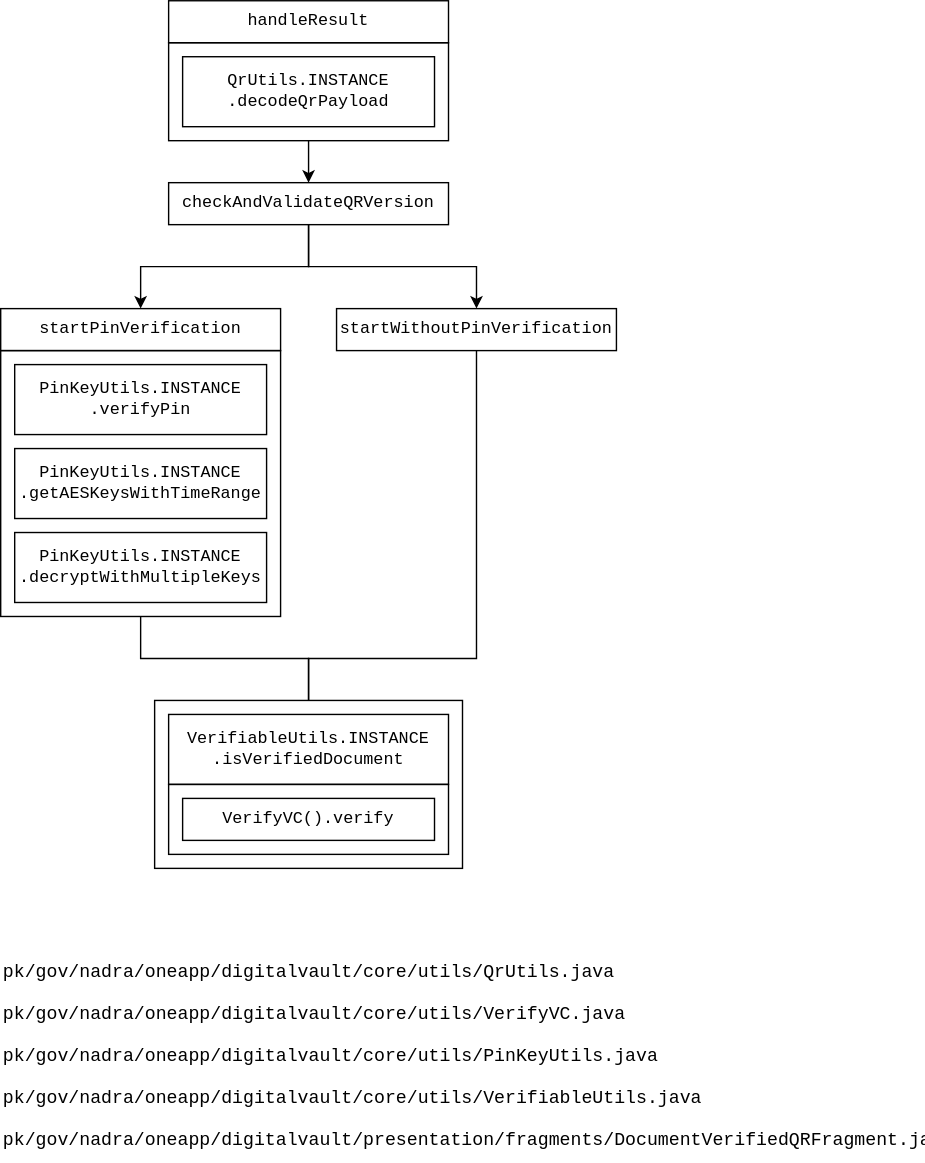
Above: flow.svg in rmhaiderali/nadra-digital-id (draw.io), before the change. Source tidied: cells renumbered, new cells last; positions are measured from the earlier drawing's top-left corner, leaving out a move shared by most shapes.
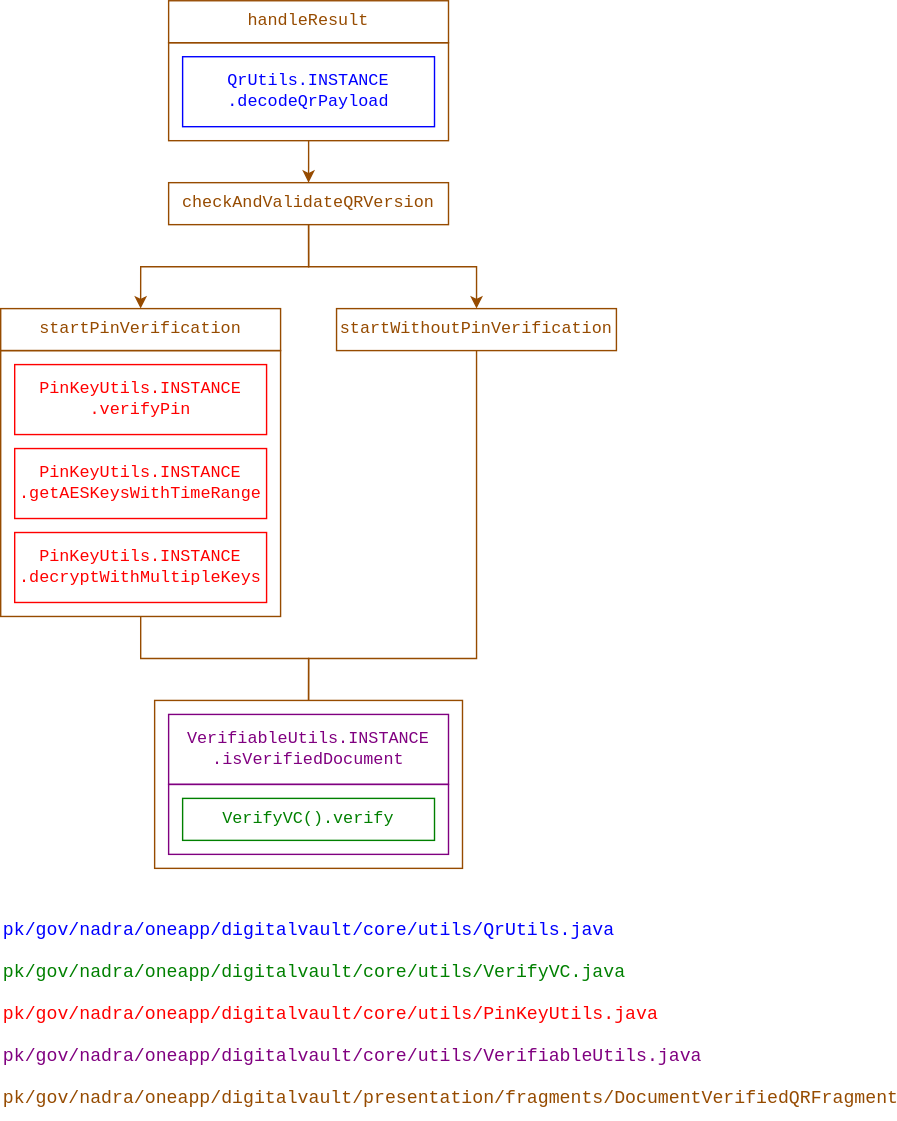
The same diagram one commit later.

Commit message:
Change verifyRS256/verify success response

The edit, as a diff of the source:
```diff
@@ -2,7 +2,7 @@
   <root>
     <mxCell id="0" />
     <mxCell id="1" parent="0" />
-    <mxCell id="2" style="edgeStyle=orthogonalEdgeStyle;rounded=0;jettySize=auto;html=1;entryX=0.5;entryY=0;entryDx=0;entryDy=0;strokeColor=light-dark(#000000,#FFFF00);endArrow=none;endFill=0;fontFamily=monospace;" parent="1" edge="1" source="3" target="17">
+    <mxCell id="2" style="edgeStyle=orthogonalEdgeStyle;rounded=0;jettySize=auto;html=1;entryX=0.5;entryY=0;entryDx=0;entryDy=0;strokeColor=light-dark(#964B00,#FFE000);endArrow=none;endFill=0;fontFamily=monospace;fontColor=light-dark(#964B00,#FFE000);" parent="1" edge="1" source="3" target="17">
       <mxGeometry relative="1" as="geometry">
         <Array as="points">
           <mxPoint x="100" y="470" />
@@ -10,25 +10,25 @@
         </Array>
       </mxGeometry>
     </mxCell>
-    <mxCell id="3" style="rounded=0;whiteSpace=wrap;html=1;strokeColor=light-dark(#000000,#FFFF00);fontFamily=monospace;fillColor=none;" parent="1" vertex="1">
+    <mxCell id="3" style="rounded=0;whiteSpace=wrap;html=1;strokeColor=light-dark(#964B00,#FFE000);fontFamily=monospace;fillColor=none;fontColor=light-dark(#964B00,#FFE000);" parent="1" vertex="1">
       <mxGeometry y="250" width="200" height="190" as="geometry" />
     </mxCell>
-    <mxCell id="4" style="edgeStyle=orthogonalEdgeStyle;rounded=0;jettySize=auto;html=1;entryX=0.5;entryY=0;entryDx=0;entryDy=0;strokeColor=light-dark(#000000,#FFFF00);fontFamily=monospace;" parent="1" edge="1" source="5" target="10">
+    <mxCell id="4" style="edgeStyle=orthogonalEdgeStyle;rounded=0;jettySize=auto;html=1;entryX=0.5;entryY=0;entryDx=0;entryDy=0;strokeColor=light-dark(#964B00,#FFE000);fontFamily=monospace;fontColor=light-dark(#964B00,#FFE000);" parent="1" edge="1" source="5" target="10">
       <mxGeometry relative="1" as="geometry" />
     </mxCell>
-    <mxCell id="5" style="rounded=0;whiteSpace=wrap;html=1;strokeColor=light-dark(#000000,#FFFF00);fontFamily=monospace;fillColor=none;" parent="1" vertex="1">
+    <mxCell id="5" style="rounded=0;whiteSpace=wrap;html=1;strokeColor=light-dark(#964B00,#FFE000);fontFamily=monospace;fillColor=none;fontColor=light-dark(#964B00,#FFE000);" parent="1" vertex="1">
       <mxGeometry x="120" y="30" width="200" height="70" as="geometry" />
     </mxCell>
-    <mxCell id="6" value="QrUtils.INSTANCE&#10;.decodeQrPayload" style="rounded=0;whiteSpace=wrap;html=1;strokeColor=light-dark(#000000,#00FFFF);fontFamily=monospace;fillColor=none;fontColor=light-dark(#000000,#00FFFF);" parent="1" vertex="1">
+    <mxCell id="6" value="QrUtils.INSTANCE&#10;.decodeQrPayload" style="rounded=0;whiteSpace=wrap;html=1;strokeColor=light-dark(#0000FF,#00BFFF);fontFamily=monospace;fillColor=none;fontColor=light-dark(#0000FF,#00BFFF);" parent="1" vertex="1">
       <mxGeometry x="130" y="40" width="180" height="50" as="geometry" />
     </mxCell>
-    <mxCell id="7" value="handleResult" style="rounded=0;whiteSpace=wrap;html=1;strokeColor=light-dark(#000000,#FFFF00);fontFamily=monospace;fillColor=none;fontColor=light-dark(#000000,#FFFF00);" parent="1" vertex="1">
+    <mxCell id="7" value="handleResult" style="rounded=0;whiteSpace=wrap;html=1;strokeColor=light-dark(#964B00,#FFE000);fontFamily=monospace;fillColor=none;fontColor=light-dark(#964B00,#FFE000);" parent="1" vertex="1">
       <mxGeometry x="120" width="200" height="30" as="geometry" />
     </mxCell>
-    <mxCell id="8" style="edgeStyle=orthogonalEdgeStyle;rounded=0;jettySize=auto;html=1;entryX=0.5;entryY=0;entryDx=0;entryDy=0;strokeColor=light-dark(#000000,#FFFF00);fontFamily=monospace;" parent="1" edge="1" source="10" target="11">
+    <mxCell id="8" style="edgeStyle=orthogonalEdgeStyle;rounded=0;jettySize=auto;html=1;entryX=0.5;entryY=0;entryDx=0;entryDy=0;strokeColor=light-dark(#964B00,#FFE000);fontFamily=monospace;fontColor=light-dark(#964B00,#FFE000);" parent="1" edge="1" source="10" target="11">
       <mxGeometry relative="1" as="geometry" />
     </mxCell>
-    <mxCell id="9" style="edgeStyle=orthogonalEdgeStyle;rounded=0;jettySize=auto;html=1;exitX=0.5;exitY=1;exitDx=0;exitDy=0;strokeColor=light-dark(#000000,#FFFF00);fontFamily=monospace;" parent="1" edge="1" source="10" target="13">
+    <mxCell id="9" style="edgeStyle=orthogonalEdgeStyle;rounded=0;jettySize=auto;html=1;exitX=0.5;exitY=1;exitDx=0;exitDy=0;strokeColor=light-dark(#964B00,#FFE000);fontFamily=monospace;fontColor=light-dark(#964B00,#FFE000);" parent="1" edge="1" source="10" target="13">
       <mxGeometry relative="1" as="geometry">
         <Array as="points">
           <mxPoint x="220" y="190" />
@@ -36,13 +36,13 @@
         </Array>
       </mxGeometry>
     </mxCell>
-    <mxCell id="10" value="checkAndValidateQRVersion" style="rounded=0;whiteSpace=wrap;html=1;strokeColor=light-dark(#000000,#FFFF00);fontFamily=monospace;fillColor=none;fontColor=light-dark(#000000,#FFFF00);" parent="1" vertex="1">
+    <mxCell id="10" value="checkAndValidateQRVersion" style="rounded=0;whiteSpace=wrap;html=1;strokeColor=light-dark(#964B00,#FFE000);fontFamily=monospace;fillColor=none;fontColor=light-dark(#964B00,#FFE000);" parent="1" vertex="1">
       <mxGeometry x="120" y="130" width="200" height="30" as="geometry" />
     </mxCell>
-    <mxCell id="11" value="startPinVerification" style="rounded=0;whiteSpace=wrap;html=1;strokeColor=light-dark(#000000,#FFFF00);fontFamily=monospace;fillColor=none;fontColor=light-dark(#000000,#FFFF00);" parent="1" vertex="1">
+    <mxCell id="11" value="startPinVerification" style="rounded=0;whiteSpace=wrap;html=1;strokeColor=light-dark(#964B00,#FFE000);fontFamily=monospace;fillColor=none;fontColor=light-dark(#964B00,#FFE000);" parent="1" vertex="1">
       <mxGeometry y="220" width="200" height="30" as="geometry" />
     </mxCell>
-    <mxCell id="12" style="edgeStyle=orthogonalEdgeStyle;rounded=0;jettySize=auto;html=1;entryX=0.5;entryY=0;entryDx=0;entryDy=0;strokeColor=light-dark(#000000,#FFFF00);endArrow=none;endFill=0;fontFamily=monospace;" parent="1" edge="1" source="13" target="17">
+    <mxCell id="12" style="edgeStyle=orthogonalEdgeStyle;rounded=0;jettySize=auto;html=1;entryX=0.5;entryY=0;entryDx=0;entryDy=0;strokeColor=light-dark(#964B00,#FFE000);endArrow=none;endFill=0;fontFamily=monospace;fontColor=light-dark(#964B00,#FFE000);" parent="1" edge="1" source="13" target="17">
       <mxGeometry relative="1" as="geometry">
         <Array as="points">
           <mxPoint x="340" y="470" />
@@ -50,44 +50,44 @@
         </Array>
       </mxGeometry>
     </mxCell>
-    <mxCell id="13" value="startWithoutPinVerification" style="rounded=0;whiteSpace=wrap;html=1;strokeColor=light-dark(#000000,#FFFF00);fontFamily=monospace;fillColor=none;fontColor=light-dark(#000000,#FFFF00);" parent="1" vertex="1">
+    <mxCell id="13" value="startWithoutPinVerification" style="rounded=0;whiteSpace=wrap;html=1;strokeColor=light-dark(#964B00,#FFE000);fontFamily=monospace;fillColor=none;fontColor=light-dark(#964B00,#FFE000);" parent="1" vertex="1">
       <mxGeometry x="240" y="220" width="200" height="30" as="geometry" />
     </mxCell>
-    <mxCell id="14" value="PinKeyUtils.INSTANCE&#10;.verifyPin" style="rounded=0;whiteSpace=wrap;html=1;strokeColor=light-dark(#000000,#FF4500);fontFamily=monospace;fillColor=none;fontColor=light-dark(#000000,#FF4500);" parent="1" vertex="1">
+    <mxCell id="14" value="PinKeyUtils.INSTANCE&#10;.verifyPin" style="rounded=0;whiteSpace=wrap;html=1;strokeColor=light-dark(#FF0000,#FF6347);fontFamily=monospace;fillColor=none;fontColor=light-dark(#FF0000,#FF6347);" parent="1" vertex="1">
       <mxGeometry x="10" y="260" width="180" height="50" as="geometry" />
     </mxCell>
-    <mxCell id="15" value="PinKeyUtils.INSTANCE&#10;.getAESKeysWithTimeRange" style="rounded=0;whiteSpace=wrap;html=1;strokeColor=light-dark(#000000,#FF4500);fontFamily=monospace;fillColor=none;fontColor=light-dark(#000000,#FF4500);" parent="1" vertex="1">
+    <mxCell id="15" value="PinKeyUtils.INSTANCE&#10;.getAESKeysWithTimeRange" style="rounded=0;whiteSpace=wrap;html=1;strokeColor=light-dark(#FF0000,#FF6347);fontFamily=monospace;fillColor=none;fontColor=light-dark(#FF0000,#FF6347);" parent="1" vertex="1">
       <mxGeometry x="10" y="320" width="180" height="50" as="geometry" />
     </mxCell>
-    <mxCell id="16" value="PinKeyUtils.INSTANCE&#10;.decryptWithMultipleKeys" style="rounded=0;whiteSpace=wrap;html=1;strokeColor=light-dark(#000000,#FF4500);fontFamily=monospace;fillColor=none;fontColor=light-dark(#000000,#FF4500);" parent="1" vertex="1">
+    <mxCell id="16" value="PinKeyUtils.INSTANCE&#10;.decryptWithMultipleKeys" style="rounded=0;whiteSpace=wrap;html=1;strokeColor=light-dark(#FF0000,#FF6347);fontFamily=monospace;fillColor=none;fontColor=light-dark(#FF0000,#FF6347);" parent="1" vertex="1">
       <mxGeometry x="10" y="380" width="180" height="50" as="geometry" />
     </mxCell>
-    <mxCell id="17" style="rounded=0;whiteSpace=wrap;html=1;strokeColor=light-dark(#000000,#FFFF00);fontFamily=monospace;fillColor=none;" parent="1" vertex="1">
+    <mxCell id="17" style="rounded=0;whiteSpace=wrap;html=1;strokeColor=light-dark(#964B00,#FFE000);fontFamily=monospace;fillColor=none;glass=0;shadow=0;fontColor=light-dark(#964B00,#FFE000);" parent="1" vertex="1">
       <mxGeometry x="110" y="500" width="220" height="120" as="geometry" />
     </mxCell>
-    <mxCell id="18" style="rounded=0;whiteSpace=wrap;html=1;strokeColor=light-dark(#000000,#FF00FF);fontFamily=monospace;fillColor=none;" parent="1" vertex="1">
+    <mxCell id="18" style="rounded=0;whiteSpace=wrap;html=1;strokeColor=light-dark(#800080,#FF00FF);fontFamily=monospace;fillColor=none;" parent="1" vertex="1">
       <mxGeometry x="120" y="560" width="200" height="50" as="geometry" />
     </mxCell>
-    <mxCell id="19" value="VerifyVC().verify" style="rounded=0;whiteSpace=wrap;html=1;strokeColor=light-dark(#000000,#00FF00);fontFamily=monospace;fillColor=none;fontColor=light-dark(#000000,#00FF00);" parent="1" vertex="1">
+    <mxCell id="19" value="VerifyVC().verify" style="rounded=0;whiteSpace=wrap;html=1;strokeColor=light-dark(#008000,#00FF7F);fontFamily=monospace;fillColor=none;fontColor=light-dark(#008000,#00FF7F);" parent="1" vertex="1">
       <mxGeometry x="130" y="570" width="180" height="30" as="geometry" />
     </mxCell>
-    <mxCell id="20" value="VerifiableUtils.INSTANCE&#10;.isVerifiedDocument" style="rounded=0;whiteSpace=wrap;html=1;strokeColor=light-dark(#000000,#FF00FF);fontFamily=monospace;fillColor=none;fontColor=light-dark(#000000,#FF00FF);" parent="1" vertex="1">
+    <mxCell id="20" value="VerifiableUtils.INSTANCE&#10;.isVerifiedDocument" style="rounded=0;whiteSpace=wrap;html=1;strokeColor=light-dark(#800080,#FF00FF);fontFamily=monospace;fillColor=none;fontColor=light-dark(#800080,#FF00FF);" parent="1" vertex="1">
       <mxGeometry x="120" y="510" width="200" height="50" as="geometry" />
     </mxCell>
-    <mxCell id="21" value="pk/gov/nadra/oneapp/digitalvault/core/utils/QrUtils.java" style="text;whiteSpace=wrap;fontColor=light-dark(#000000,#00FFFF);fontFamily=monospace;fontSize=13;" parent="1" vertex="1">
-      <mxGeometry y="680" width="660" height="30" as="geometry" />
+    <mxCell id="21" value="pk/gov/nadra/oneapp/digitalvault/core/utils/QrUtils.java" style="text;whiteSpace=wrap;fontColor=light-dark(#0000FF,#00BFFF);fontFamily=monospace;fontSize=13;textShadow=0;" parent="1" vertex="1">
+      <mxGeometry y="650" width="640" height="30" as="geometry" />
     </mxCell>
-    <mxCell id="22" value="pk/gov/nadra/oneapp/digitalvault/core/utils/VerifyVC.java" style="text;whiteSpace=wrap;fontColor=light-dark(#000000,#00FF00);fontFamily=monospace;fontSize=13;" parent="1" vertex="1">
-      <mxGeometry y="710" width="660" height="30" as="geometry" />
+    <mxCell id="22" value="pk/gov/nadra/oneapp/digitalvault/core/utils/VerifyVC.java" style="text;whiteSpace=wrap;fontColor=light-dark(#008000,#00FF7F);fontFamily=monospace;fontSize=13;" parent="1" vertex="1">
+      <mxGeometry y="680" width="640" height="30" as="geometry" />
     </mxCell>
-    <mxCell id="23" value="pk/gov/nadra/oneapp/digitalvault/core/utils/PinKeyUtils.java" style="text;whiteSpace=wrap;fontColor=light-dark(#000000,#FF4500);fontFamily=monospace;fontSize=13;" parent="1" vertex="1">
-      <mxGeometry y="740" width="660" height="30" as="geometry" />
+    <mxCell id="23" value="pk/gov/nadra/oneapp/digitalvault/core/utils/PinKeyUtils.java" style="text;whiteSpace=wrap;fontColor=light-dark(#FF0000,#FF6347);fontFamily=monospace;fontSize=13;strokeColor=none;" parent="1" vertex="1">
+      <mxGeometry y="710" width="640" height="30" as="geometry" />
     </mxCell>
-    <mxCell id="24" value="pk/gov/nadra/oneapp/digitalvault/core/utils/VerifiableUtils.java" style="text;whiteSpace=wrap;fontColor=light-dark(#000000,#FF00FF);fontFamily=monospace;fontSize=13;" parent="1" vertex="1">
-      <mxGeometry y="770" width="660" height="30" as="geometry" />
+    <mxCell id="24" value="pk/gov/nadra/oneapp/digitalvault/core/utils/VerifiableUtils.java" style="text;whiteSpace=wrap;fontColor=light-dark(#800080,#FF00FF);fontFamily=monospace;fontSize=13;" parent="1" vertex="1">
+      <mxGeometry y="740" width="640" height="30" as="geometry" />
     </mxCell>
-    <mxCell id="25" value="pk/gov/nadra/oneapp/digitalvault/presentation/fragments/DocumentVerifiedQRFragment.java" style="text;whiteSpace=wrap;fontColor=light-dark(#000000,#FFFF00);fontFamily=monospace;fontSize=13;" parent="1" vertex="1">
-      <mxGeometry y="800" width="660" height="30" as="geometry" />
+    <mxCell id="25" value="pk/gov/nadra/oneapp/digitalvault/presentation/fragments/DocumentVerifiedQRFragment.java" style="text;whiteSpace=wrap;fontColor=light-dark(#964B00,#FFE000);fontFamily=monospace;fontSize=13;strokeColor=none;" parent="1" vertex="1">
+      <mxGeometry y="770" width="640" height="30" as="geometry" />
     </mxCell>
   </root>
 </mxGraphModel>
```
